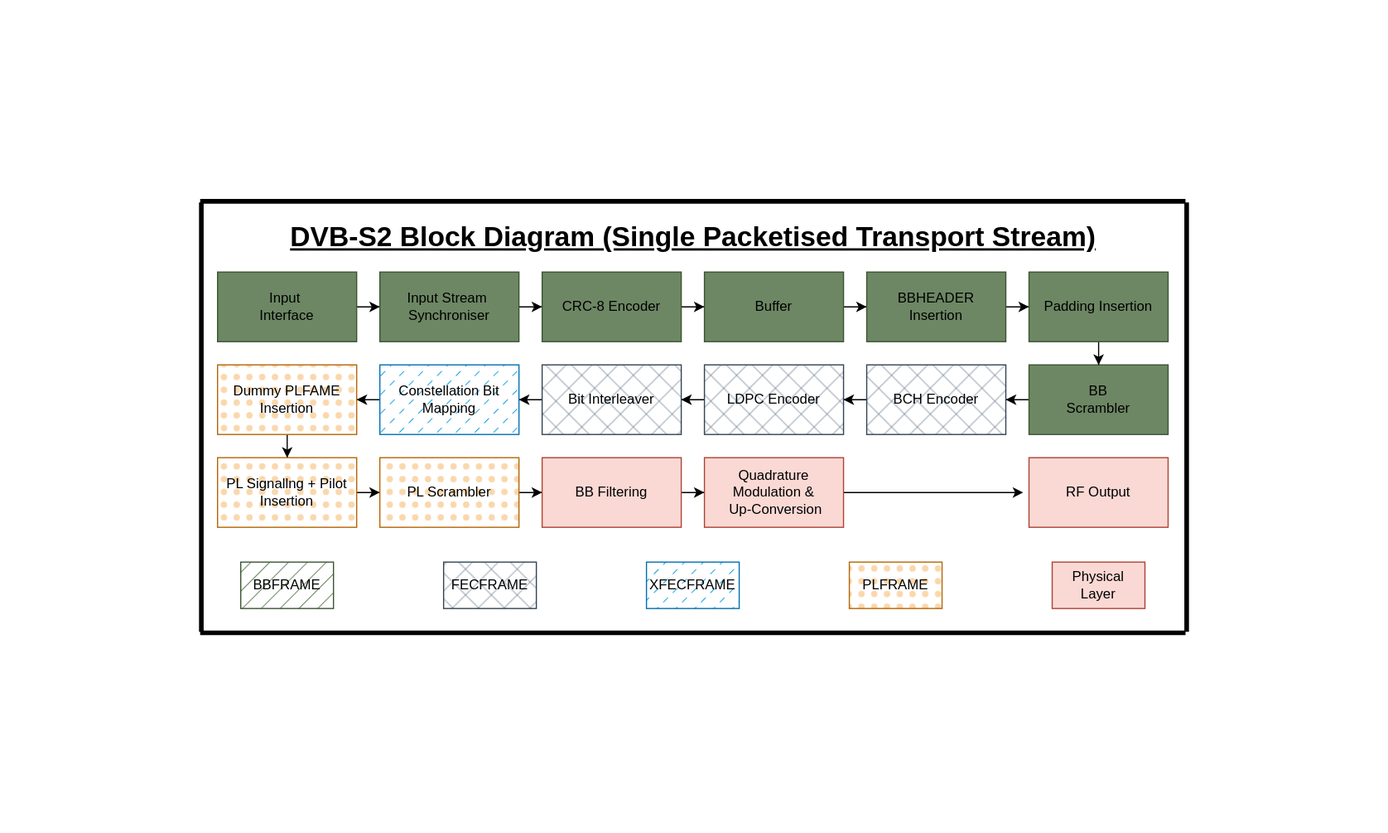
Before: Admin/Final Report/Figures/System-Architecture/DVB-S2.drawio.svg, a diagram exported from draw.io (danielstebbings/STRATHcube-Downlink-2425). Source tidied: cells renumbered, new cells last; positions are measured from the earlier drawing's top-left corner, leaving out a move shared by most shapes.
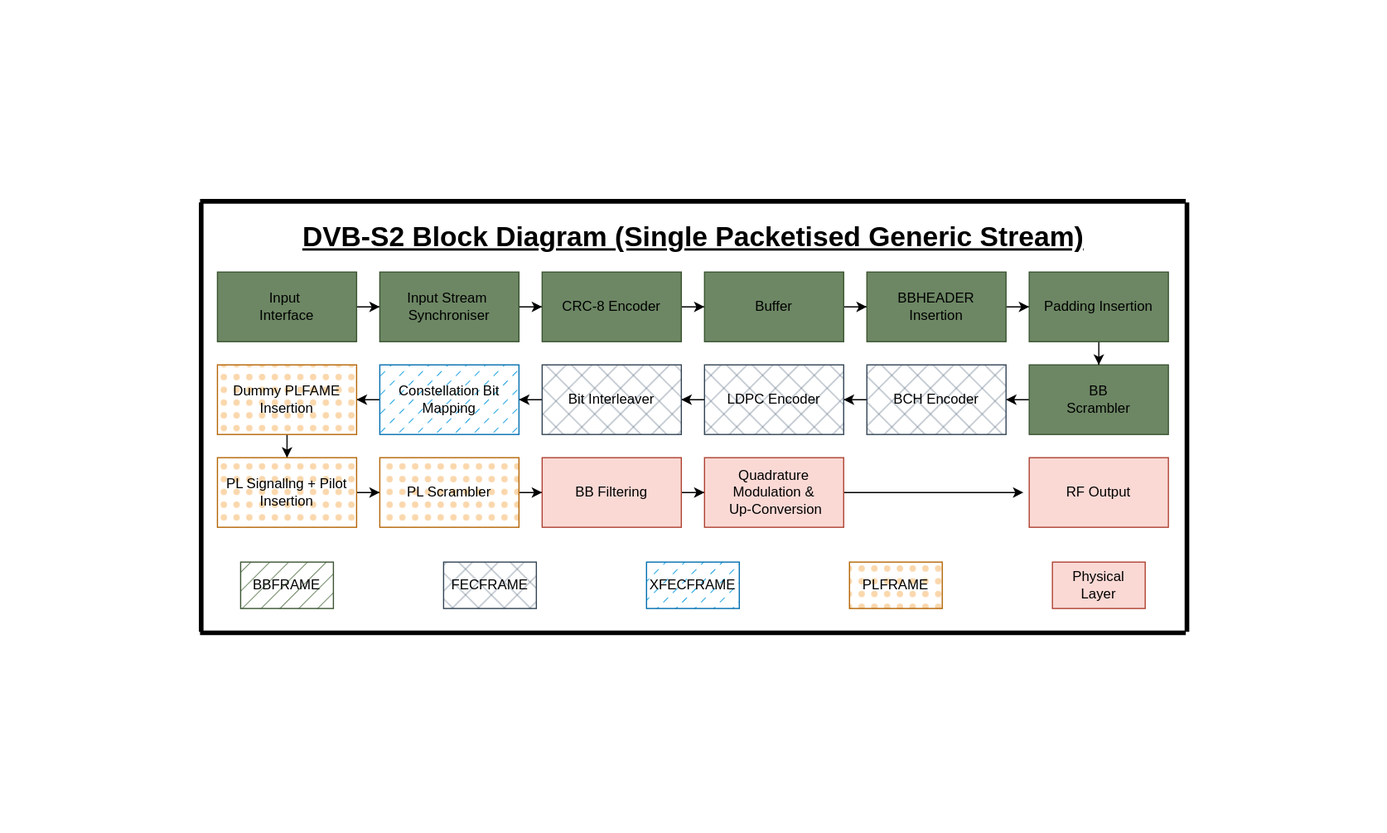
The same diagram one commit later.

Diff of the diagram source:
```diff
@@ -2,7 +2,7 @@
   <root>
     <mxCell id="0" />
     <mxCell id="1" parent="0" />
-    <mxCell id="2" value="DVB-S2 Block Diagram (Single Packetised Transport Stream)" style="text;strokeColor=none;fillColor=none;html=1;fontSize=24;fontStyle=5;verticalAlign=middle;align=center;" parent="1" vertex="1">
+    <mxCell id="2" value="DVB-S2 Block Diagram (Single Packetised Generic Stream)" style="text;strokeColor=none;fillColor=none;html=1;fontSize=24;fontStyle=5;verticalAlign=middle;align=center;" parent="1" vertex="1">
       <mxGeometry x="230" y="182" width="730" height="40" as="geometry" />
     </mxCell>
     <mxCell id="3" style="line;strokeWidth=4;html=1;perimeter=backbonePerimeter;" parent="1" vertex="1">
```
